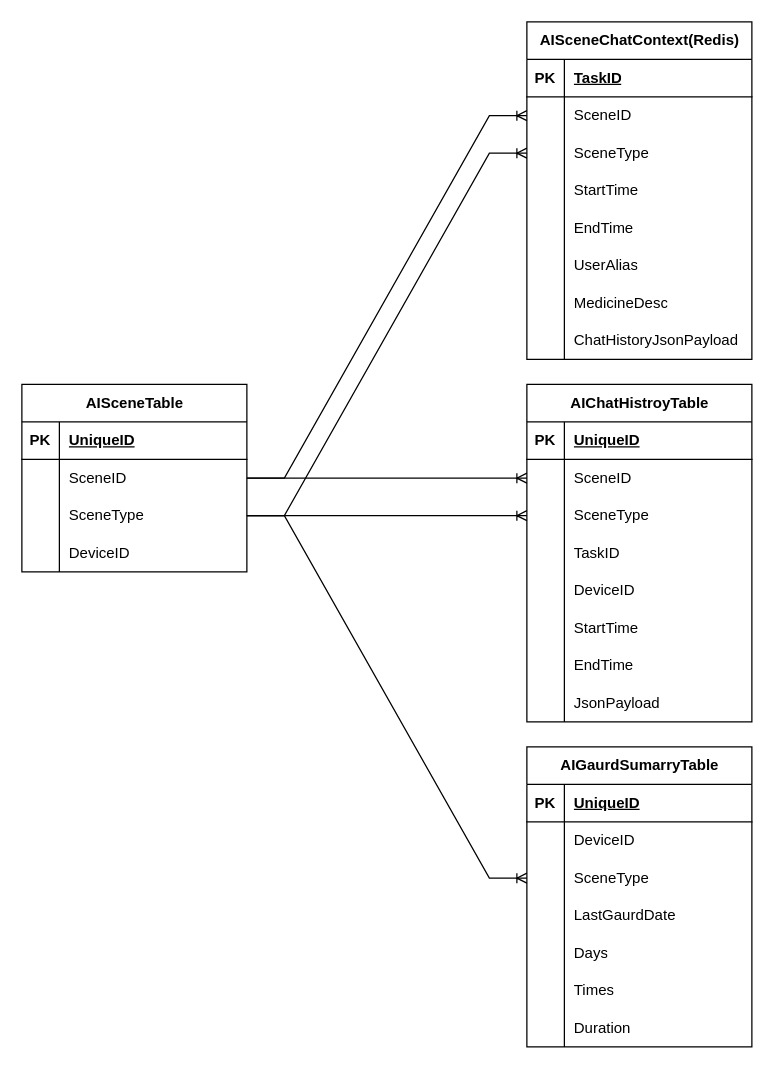
The draw.io diagram 吃药场景数据库表.drawio in Chrischenny/selfblog, before the edit. Source tidied: cells renumbered, new cells numbered last; positions are measured from the earlier drawing's top-left corner, leaving out a move shared by most shapes. Both pictures are drawn from the tidied source at 125%, with x=0, y=0 at pixel (21, 21).
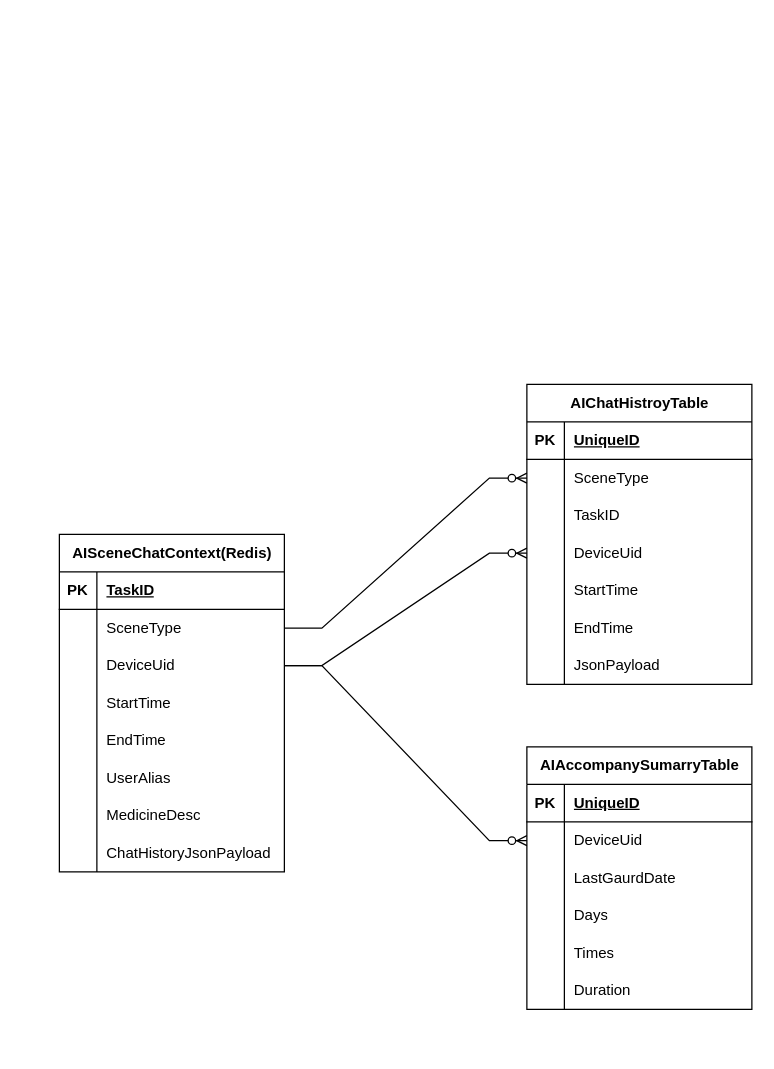
Above is the later version.

Commit message:
更新吃药场景数据库表.drawio

The change refers to these unchanged cells:
```xml
<mxCell id="71" style="shape=tableRow;horizontal=0;startSize=0;swimlaneHead=0;swimlaneBody=0;fillColor=none;points=[[0,0.5],[1,0.5]];portConstraint=eastwest;top=0;left=0;right=0;bottom=0;" parent="67" vertex="1">
  <mxGeometry y="60" width="180" height="30" as="geometry" />
</mxCell>
```

What changed in the source:
```diff
@@
-    <mxCell id="2" value="AISceneTable" style="shape=table;startSize=30;childLayout=tableLayout;rowLines=0;fontStyle=1;align=center;html=1;" parent="1" vertex="1">
-      <mxGeometry y="290" width="180" height="150" as="geometry" />
-    </mxCell>
-    <mxCell id="3" style="shape=tableRow;horizontal=0;startSize=0;swimlaneHead=0;swimlaneBody=0;fillColor=none;top=0;left=0;right=0;bottom=1;" parent="2" vertex="1">
-      <mxGeometry y="30" width="180" height="30" as="geometry" />
-    </mxCell>
-    <mxCell id="4" value="PK" style="shape=partialRectangle;fillColor=none;top=0;left=0;bottom=0;right=0;fontStyle=1;overflow=hidden;whiteSpace=wrap;html=1;" parent="3" vertex="1">
-      <mxGeometry width="30" height="30" as="geometry" />
-    </mxCell>
-    <mxCell id="5" value="UniqueID" style="shape=partialRectangle;fillColor=none;top=0;left=0;bottom=0;right=0;align=left;spacingLeft=6;fontStyle=5;overflow=hidden;whiteSpace=wrap;html=1;" parent="3" vertex="1">
-      <mxGeometry x="30" width="150" height="30" as="geometry" />
-    </mxCell>
-    <mxCell id="6" style="shape=tableRow;horizontal=0;startSize=0;swimlaneHead=0;swimlaneBody=0;fillColor=none;points=[[0,0.5],[1,0.5]];portConstraint=eastwest;top=0;left=0;right=0;bottom=0;" parent="2" vertex="1">
-      <mxGeometry y="60" width="180" height="30" as="geometry" />
-    </mxCell>
-    <mxCell id="7" style="shape=partialRectangle;fillColor=none;top=0;left=0;bottom=0;right=0;overflow=hidden;whiteSpace=wrap;html=1;" parent="6" vertex="1">
-      <mxGeometry width="30" height="30" as="geometry" />
-    </mxCell>
-    <mxCell id="8" value="SceneID" style="shape=partialRectangle;fillColor=none;top=0;left=0;bottom=0;right=0;align=left;spacingLeft=6;overflow=hidden;whiteSpace=wrap;html=1;" parent="6" vertex="1">
-      <mxGeometry x="30" width="150" height="30" as="geometry" />
-    </mxCell>
-    <mxCell id="9" style="shape=tableRow;horizontal=0;startSize=0;swimlaneHead=0;swimlaneBody=0;fillColor=none;points=[[0,0.5],[1,0.5]];portConstraint=eastwest;top=0;left=0;right=0;bottom=0;" parent="2" vertex="1">
-      <mxGeometry y="90" width="180" height="30" as="geometry" />
-    </mxCell>
-    <mxCell id="10" style="shape=partialRectangle;fillColor=none;top=0;left=0;bottom=0;right=0;overflow=hidden;whiteSpace=wrap;html=1;" parent="9" vertex="1">
-      <mxGeometry width="30" height="30" as="geometry" />
-    </mxCell>
-    <mxCell id="11" value="SceneType" style="shape=partialRectangle;fillColor=none;top=0;left=0;bottom=0;right=0;align=left;spacingLeft=6;overflow=hidden;whiteSpace=wrap;html=1;" parent="9" vertex="1">
-      <mxGeometry x="30" width="150" height="30" as="geometry" />
-    </mxCell>
-    <mxCell id="12" style="shape=tableRow;horizontal=0;startSize=0;swimlaneHead=0;swimlaneBody=0;fillColor=none;top=0;left=0;right=0;bottom=0;" parent="2" vertex="1">
-      <mxGeometry y="120" width="180" height="30" as="geometry" />
-    </mxCell>
-    <mxCell id="13" style="shape=partialRectangle;fillColor=none;top=0;left=0;bottom=0;right=0;overflow=hidden;whiteSpace=wrap;html=1;" parent="12" vertex="1">
-      <mxGeometry width="30" height="30" as="geometry" />
-    </mxCell>
-    <mxCell id="14" value="DeviceID" style="shape=partialRectangle;fillColor=none;top=0;left=0;bottom=0;right=0;align=left;spacingLeft=6;overflow=hidden;whiteSpace=wrap;html=1;" parent="12" vertex="1">
-      <mxGeometry x="30" width="150" height="30" as="geometry" />
-    </mxCell>
     <mxCell id="15" value="AIChatHistroyTable" style="shape=table;startSize=30;childLayout=tableLayout;rowLines=0;fontStyle=1;align=center;html=1;" parent="1" vertex="1">
-      <mxGeometry x="404" y="290" width="180" height="270" as="geometry" />
+      <mxGeometry x="404" y="290" width="180" height="240" as="geometry" />
     </mxCell>
@@
-    <mxCell id="19" style="shape=tableRow;horizontal=0;startSize=0;swimlaneHead=0;swimlaneBody=0;fillColor=none;points=[[0,0.5],[1,0.5]];portConstraint=eastwest;top=0;left=0;right=0;bottom=0;" parent="15" vertex="1">
-      <mxGeometry y="60" width="180" height="30" as="geometry" />
-    </mxCell>
-    <mxCell id="20" style="shape=partialRectangle;fillColor=none;top=0;left=0;bottom=0;right=0;overflow=hidden;whiteSpace=wrap;html=1;" parent="19" vertex="1">
-      <mxGeometry width="30" height="30" as="geometry" />
-    </mxCell>
-    <mxCell id="21" value="SceneID" style="shape=partialRectangle;fillColor=none;top=0;left=0;bottom=0;right=0;align=left;spacingLeft=6;overflow=hidden;whiteSpace=wrap;html=1;" parent="19" vertex="1">
-      <mxGeometry x="30" width="150" height="30" as="geometry" />
-    </mxCell>
     <mxCell id="22" style="shape=tableRow;horizontal=0;startSize=0;swimlaneHead=0;swimlaneBody=0;fillColor=none;points=[[0,0.5],[1,0.5]];portConstraint=eastwest;top=0;left=0;right=0;bottom=0;" parent="15" vertex="1">
-      <mxGeometry y="90" width="180" height="30" as="geometry" />
+      <mxGeometry y="60" width="180" height="30" as="geometry" />
     </mxCell>
@@
     <mxCell id="25" style="shape=tableRow;horizontal=0;startSize=0;swimlaneHead=0;swimlaneBody=0;fillColor=none;top=0;left=0;right=0;bottom=0;" parent="15" vertex="1">
-      <mxGeometry y="120" width="180" height="30" as="geometry" />
+      <mxGeometry y="90" width="180" height="30" as="geometry" />
     </mxCell>
@@
     <mxCell id="28" style="shape=tableRow;horizontal=0;startSize=0;swimlaneHead=0;swimlaneBody=0;fillColor=none;points=[[0,0.5],[1,0.5]];portConstraint=eastwest;top=0;left=0;right=0;bottom=0;" parent="15" vertex="1">
-      <mxGeometry y="150" width="180" height="30" as="geometry" />
+      <mxGeometry y="120" width="180" height="30" as="geometry" />
     </mxCell>
@@
-    <mxCell id="30" value="DeviceID" style="shape=partialRectangle;fillColor=none;top=0;left=0;bottom=0;right=0;align=left;spacingLeft=6;overflow=hidden;whiteSpace=wrap;html=1;" parent="28" vertex="1">
+    <mxCell id="30" value="DeviceUid" style="shape=partialRectangle;fillColor=none;top=0;left=0;bottom=0;right=0;align=left;spacingLeft=6;overflow=hidden;whiteSpace=wrap;html=1;" parent="28" vertex="1">
       <mxGeometry x="30" width="150" height="30" as="geometry" />
     </mxCell>
     <mxCell id="31" style="shape=tableRow;horizontal=0;startSize=0;swimlaneHead=0;swimlaneBody=0;fillColor=none;top=0;left=0;right=0;bottom=0;" parent="15" vertex="1">
-      <mxGeometry y="180" width="180" height="30" as="geometry" />
+      <mxGeometry y="150" width="180" height="30" as="geometry" />
     </mxCell>
@@
     <mxCell id="34" style="shape=tableRow;horizontal=0;startSize=0;swimlaneHead=0;swimlaneBody=0;fillColor=none;top=0;left=0;right=0;bottom=0;" parent="15" vertex="1">
-      <mxGeometry y="210" width="180" height="30" as="geometry" />
+      <mxGeometry y="180" width="180" height="30" as="geometry" />
     </mxCell>
@@
     <mxCell id="37" style="shape=tableRow;horizontal=0;startSize=0;swimlaneHead=0;swimlaneBody=0;fillColor=none;top=0;left=0;right=0;bottom=0;" parent="15" vertex="1">
-      <mxGeometry y="240" width="180" height="30" as="geometry" />
+      <mxGeometry y="210" width="180" height="30" as="geometry" />
     </mxCell>
@@
     <mxCell id="40" value="AISceneChatContext(Redis)" style="shape=table;startSize=30;childLayout=tableLayout;rowLines=0;fontStyle=1;align=center;html=1;" parent="1" vertex="1">
-      <mxGeometry x="404" width="180" height="270" as="geometry" />
+      <mxGeometry x="30" y="410" width="180" height="270" as="geometry" />
     </mxCell>
@@
-    <mxCell id="44" style="shape=tableRow;horizontal=0;startSize=0;swimlaneHead=0;swimlaneBody=0;fillColor=none;points=[[0,0.5],[1,0.5]];portConstraint=eastwest;top=0;left=0;right=0;bottom=0;" parent="40" vertex="1">
-      <mxGeometry y="60" width="180" height="30" as="geometry" />
-    </mxCell>
-    <mxCell id="45" style="shape=partialRectangle;fillColor=none;top=0;left=0;bottom=0;right=0;overflow=hidden;whiteSpace=wrap;html=1;" parent="44" vertex="1">
-      <mxGeometry width="30" height="30" as="geometry" />
-    </mxCell>
-    <mxCell id="46" value="SceneID" style="shape=partialRectangle;fillColor=none;top=0;left=0;bottom=0;right=0;align=left;spacingLeft=6;overflow=hidden;whiteSpace=wrap;html=1;" parent="44" vertex="1">
-      <mxGeometry x="30" width="150" height="30" as="geometry" />
-    </mxCell>
     <mxCell id="47" style="shape=tableRow;horizontal=0;startSize=0;swimlaneHead=0;swimlaneBody=0;fillColor=none;points=[[0,0.5],[1,0.5]];portConstraint=eastwest;top=0;left=0;right=0;bottom=0;" parent="40" vertex="1">
-      <mxGeometry y="90" width="180" height="30" as="geometry" />
+      <mxGeometry y="60" width="180" height="30" as="geometry" />
     </mxCell>
@@
+    <mxCell id="92" style="shape=tableRow;horizontal=0;startSize=0;swimlaneHead=0;swimlaneBody=0;fillColor=none;points=[[0,0.5],[1,0.5]];portConstraint=eastwest;top=0;left=0;right=0;bottom=0;" parent="40" vertex="1">
+      <mxGeometry y="90" width="180" height="30" as="geometry" />
+    </mxCell>
+    <mxCell id="93" style="shape=partialRectangle;fillColor=none;top=0;left=0;bottom=0;right=0;overflow=hidden;whiteSpace=wrap;html=1;" parent="92" vertex="1">
+      <mxGeometry width="30" height="30" as="geometry" />
+    </mxCell>
+    <mxCell id="94" value="DeviceUid" style="shape=partialRectangle;fillColor=none;top=0;left=0;bottom=0;right=0;align=left;spacingLeft=6;overflow=hidden;whiteSpace=wrap;html=1;" parent="92" vertex="1">
+      <mxGeometry x="30" width="150" height="30" as="geometry" />
+    </mxCell>
@@
-    <mxCell id="65" style="edgeStyle=entityRelationEdgeStyle;fontSize=12;html=1;endArrow=ERoneToMany;rounded=0;entryX=0;entryY=0.5;entryDx=0;entryDy=0;exitX=1;exitY=0.5;exitDx=0;exitDy=0;" parent="1" edge="1" source="6" target="44">
-      <mxGeometry relative="1" as="geometry" />
-    </mxCell>
-    <mxCell id="66" style="edgeStyle=entityRelationEdgeStyle;fontSize=12;html=1;endArrow=ERoneToMany;rounded=0;exitX=1;exitY=0.5;exitDx=0;exitDy=0;entryX=0;entryY=0.5;entryDx=0;entryDy=0;" parent="1" edge="1" source="6" target="19">
-      <mxGeometry relative="1" as="geometry" />
-    </mxCell>
-    <mxCell id="67" value="AIGaurdSumarryTable" style="shape=table;startSize=30;childLayout=tableLayout;rowLines=0;fontStyle=1;align=center;html=1;" parent="1" vertex="1">
-      <mxGeometry x="404" y="580" width="180" height="240" as="geometry" />
+    <mxCell id="67" value="AIAccompanySumarryTable" style="shape=table;startSize=30;childLayout=tableLayout;rowLines=0;fontStyle=1;align=center;html=1;" parent="1" vertex="1">
+      <mxGeometry x="404" y="580" width="180" height="210" as="geometry" />
     </mxCell>
@@
-    <mxCell id="73" value="DeviceID" style="shape=partialRectangle;fillColor=none;top=0;left=0;bottom=0;right=0;align=left;spacingLeft=6;overflow=hidden;whiteSpace=wrap;html=1;" parent="71" vertex="1">
+    <mxCell id="73" value="DeviceUid" style="shape=partialRectangle;fillColor=none;top=0;left=0;bottom=0;right=0;align=left;spacingLeft=6;overflow=hidden;whiteSpace=wrap;html=1;" parent="71" vertex="1">
       <mxGeometry x="30" width="150" height="30" as="geometry" />
     </mxCell>
-    <mxCell id="74" style="shape=tableRow;horizontal=0;startSize=0;swimlaneHead=0;swimlaneBody=0;fillColor=none;points=[[0,0.5],[1,0.5]];portConstraint=eastwest;top=0;left=0;right=0;bottom=0;" parent="67" vertex="1">
-      <mxGeometry y="90" width="180" height="30" as="geometry" />
-    </mxCell>
-    <mxCell id="75" style="shape=partialRectangle;fillColor=none;top=0;left=0;bottom=0;right=0;overflow=hidden;whiteSpace=wrap;html=1;" parent="74" vertex="1">
-      <mxGeometry width="30" height="30" as="geometry" />
-    </mxCell>
-    <mxCell id="76" value="SceneType" style="shape=partialRectangle;fillColor=none;top=0;left=0;bottom=0;right=0;align=left;spacingLeft=6;overflow=hidden;whiteSpace=wrap;html=1;" parent="74" vertex="1">
-      <mxGeometry x="30" width="150" height="30" as="geometry" />
-    </mxCell>
     <mxCell id="77" style="shape=tableRow;horizontal=0;startSize=0;swimlaneHead=0;swimlaneBody=0;fillColor=none;top=0;left=0;right=0;bottom=0;" parent="67" vertex="1">
-      <mxGeometry y="120" width="180" height="30" as="geometry" />
+      <mxGeometry y="90" width="180" height="30" as="geometry" />
     </mxCell>
@@
     <mxCell id="80" style="shape=tableRow;horizontal=0;startSize=0;swimlaneHead=0;swimlaneBody=0;fillColor=none;top=0;left=0;right=0;bottom=0;" parent="67" vertex="1">
-      <mxGeometry y="150" width="180" height="30" as="geometry" />
+      <mxGeometry y="120" width="180" height="30" as="geometry" />
     </mxCell>
@@
     <mxCell id="83" style="shape=tableRow;horizontal=0;startSize=0;swimlaneHead=0;swimlaneBody=0;fillColor=none;top=0;left=0;right=0;bottom=0;" parent="67" vertex="1">
-      <mxGeometry y="180" width="180" height="30" as="geometry" />
+      <mxGeometry y="150" width="180" height="30" as="geometry" />
     </mxCell>
@@
     <mxCell id="86" style="shape=tableRow;horizontal=0;startSize=0;swimlaneHead=0;swimlaneBody=0;fillColor=none;top=0;left=0;right=0;bottom=0;" parent="67" vertex="1">
-      <mxGeometry y="210" width="180" height="30" as="geometry" />
+      <mxGeometry y="180" width="180" height="30" as="geometry" />
     </mxCell>
@@
-    <mxCell id="89" style="edgeStyle=entityRelationEdgeStyle;fontSize=12;html=1;endArrow=ERoneToMany;rounded=0;exitX=1;exitY=0.5;exitDx=0;exitDy=0;entryX=0;entryY=0.5;entryDx=0;entryDy=0;" parent="1" edge="1" source="9" target="22">
-      <mxGeometry relative="1" as="geometry" />
-    </mxCell>
-    <mxCell id="90" style="edgeStyle=entityRelationEdgeStyle;fontSize=12;html=1;endArrow=ERoneToMany;rounded=0;exitX=1;exitY=0.5;exitDx=0;exitDy=0;entryX=0;entryY=0.5;entryDx=0;entryDy=0;" parent="1" edge="1" source="9" target="74">
-      <mxGeometry relative="1" as="geometry" />
-    </mxCell>
-    <mxCell id="91" style="edgeStyle=entityRelationEdgeStyle;fontSize=12;html=1;endArrow=ERoneToMany;rounded=0;exitX=1;exitY=0.5;exitDx=0;exitDy=0;entryX=0;entryY=0.5;entryDx=0;entryDy=0;" parent="1" edge="1" source="9" target="47">
-      <mxGeometry relative="1" as="geometry" />
-    </mxCell>
+    <mxCell id="95" style="edgeStyle=entityRelationEdgeStyle;fontSize=12;html=1;endArrow=ERzeroToMany;endFill=1;rounded=0;exitX=1;exitY=0.5;exitDx=0;exitDy=0;entryX=0;entryY=0.5;entryDx=0;entryDy=0;" parent="1" edge="1" source="47" target="22">
+      <mxGeometry relative="1" as="geometry" />
+    </mxCell>
+    <mxCell id="96" style="edgeStyle=entityRelationEdgeStyle;fontSize=12;html=1;endArrow=ERzeroToMany;endFill=1;rounded=0;" parent="1" edge="1" source="92" target="28">
+      <mxGeometry relative="1" as="geometry" />
+    </mxCell>
+    <mxCell id="97" style="edgeStyle=entityRelationEdgeStyle;fontSize=12;html=1;endArrow=ERzeroToMany;endFill=1;rounded=0;" parent="1" edge="1" source="92" target="71">
+      <mxGeometry relative="1" as="geometry" />
+    </mxCell>
```
